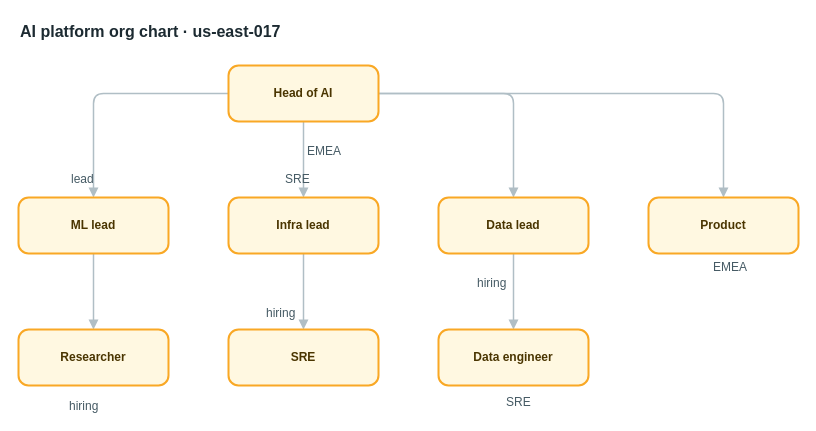
The draw.io diagram apps/web/public/samples/library/017-ai-platform-org-chart.drawio in AryanG01/open-apprentice, before the edit. Source tidied: cells renumbered, new cells numbered last; positions are measured from the earlier drawing's top-left corner, leaving out a move shared by most shapes. Both pictures are drawn from the tidied source at 100%, with x=0, y=0 at pixel (18, 17).
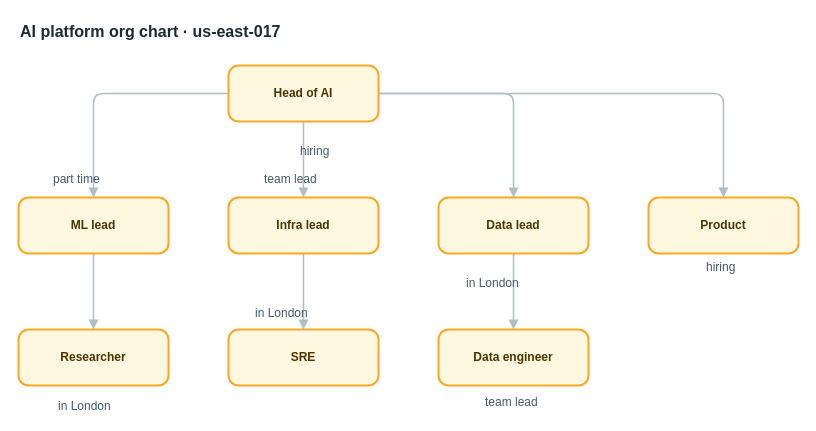
The same page after the edit.

The edit, as a diff of the source:
```diff
@@
-    <mxCell id="18" value="EMEA" style="text;html=1;align=left;verticalAlign=top;whiteSpace=nowrap;spacing=0;spacingTop=0;strokeColor=none;fillColor=none;fontSize=12;fontColor=#455a64;" parent="1" vertex="1">
-      <mxGeometry x="289" y="122" width="40" height="20" as="geometry" />
+    <mxCell id="18" value="hiring" style="text;html=1;align=left;verticalAlign=top;whiteSpace=nowrap;spacing=0;spacingTop=0;strokeColor=none;fillColor=none;fontSize=12;fontColor=#455a64;" parent="1" vertex="1">
+      <mxGeometry x="282" y="122" width="54" height="20" as="geometry" />
     </mxCell>
-    <mxCell id="19" value="lead" style="text;html=1;align=left;verticalAlign=top;whiteSpace=nowrap;spacing=0;spacingTop=0;strokeColor=none;fillColor=none;fontSize=12;fontColor=#455a64;" parent="1" vertex="1">
-      <mxGeometry x="53" y="150" width="40" height="20" as="geometry" />
+    <mxCell id="19" value="part time" style="text;html=1;align=left;verticalAlign=top;whiteSpace=nowrap;spacing=0;spacingTop=0;strokeColor=none;fillColor=none;fontSize=12;fontColor=#455a64;" parent="1" vertex="1">
+      <mxGeometry x="35" y="150" width="75" height="20" as="geometry" />
     </mxCell>
-    <mxCell id="20" value="SRE" style="text;html=1;align=left;verticalAlign=top;whiteSpace=nowrap;spacing=0;spacingTop=0;strokeColor=none;fillColor=none;fontSize=12;fontColor=#455a64;" parent="1" vertex="1">
-      <mxGeometry x="267" y="150" width="33" height="20" as="geometry" />
+    <mxCell id="20" value="team lead" style="text;html=1;align=left;verticalAlign=top;whiteSpace=nowrap;spacing=0;spacingTop=0;strokeColor=none;fillColor=none;fontSize=12;fontColor=#455a64;" parent="1" vertex="1">
+      <mxGeometry x="246" y="150" width="75" height="20" as="geometry" />
     </mxCell>
-    <mxCell id="21" value="hiring" style="text;html=1;align=left;verticalAlign=top;whiteSpace=nowrap;spacing=0;spacingTop=0;strokeColor=none;fillColor=none;fontSize=12;fontColor=#455a64;" parent="1" vertex="1">
-      <mxGeometry x="459" y="254" width="54" height="20" as="geometry" />
+    <mxCell id="21" value="in London" style="text;html=1;align=left;verticalAlign=top;whiteSpace=nowrap;spacing=0;spacingTop=0;strokeColor=none;fillColor=none;fontSize=12;fontColor=#455a64;" parent="1" vertex="1">
+      <mxGeometry x="448" y="254" width="75" height="20" as="geometry" />
     </mxCell>
-    <mxCell id="22" value="EMEA" style="text;html=1;align=left;verticalAlign=top;whiteSpace=nowrap;spacing=0;spacingTop=0;strokeColor=none;fillColor=none;fontSize=12;fontColor=#455a64;" parent="1" vertex="1">
-      <mxGeometry x="695" y="238" width="40" height="20" as="geometry" />
+    <mxCell id="22" value="hiring" style="text;html=1;align=left;verticalAlign=top;whiteSpace=nowrap;spacing=0;spacingTop=0;strokeColor=none;fillColor=none;fontSize=12;fontColor=#455a64;" parent="1" vertex="1">
+      <mxGeometry x="688" y="238" width="54" height="20" as="geometry" />
     </mxCell>
-    <mxCell id="23" value="hiring" style="text;html=1;align=left;verticalAlign=top;whiteSpace=nowrap;spacing=0;spacingTop=0;strokeColor=none;fillColor=none;fontSize=12;fontColor=#455a64;" parent="1" vertex="1">
-      <mxGeometry x="51" y="377" width="54" height="20" as="geometry" />
+    <mxCell id="23" value="in London" style="text;html=1;align=left;verticalAlign=top;whiteSpace=nowrap;spacing=0;spacingTop=0;strokeColor=none;fillColor=none;fontSize=12;fontColor=#455a64;" parent="1" vertex="1">
+      <mxGeometry x="40" y="377" width="75" height="20" as="geometry" />
     </mxCell>
-    <mxCell id="24" value="hiring" style="text;html=1;align=left;verticalAlign=top;whiteSpace=nowrap;spacing=0;spacingTop=0;strokeColor=none;fillColor=none;fontSize=12;fontColor=#455a64;" parent="1" vertex="1">
-      <mxGeometry x="248" y="284" width="54" height="20" as="geometry" />
+    <mxCell id="24" value="in London" style="text;html=1;align=left;verticalAlign=top;whiteSpace=nowrap;spacing=0;spacingTop=0;strokeColor=none;fillColor=none;fontSize=12;fontColor=#455a64;" parent="1" vertex="1">
+      <mxGeometry x="237" y="284" width="75" height="20" as="geometry" />
     </mxCell>
-    <mxCell id="25" value="SRE" style="text;html=1;align=left;verticalAlign=top;whiteSpace=nowrap;spacing=0;spacingTop=0;strokeColor=none;fillColor=none;fontSize=12;fontColor=#455a64;" parent="1" vertex="1">
-      <mxGeometry x="488" y="373" width="33" height="20" as="geometry" />
+    <mxCell id="25" value="team lead" style="text;html=1;align=left;verticalAlign=top;whiteSpace=nowrap;spacing=0;spacingTop=0;strokeColor=none;fillColor=none;fontSize=12;fontColor=#455a64;" parent="1" vertex="1">
+      <mxGeometry x="467" y="373" width="75" height="20" as="geometry" />
     </mxCell>
```
